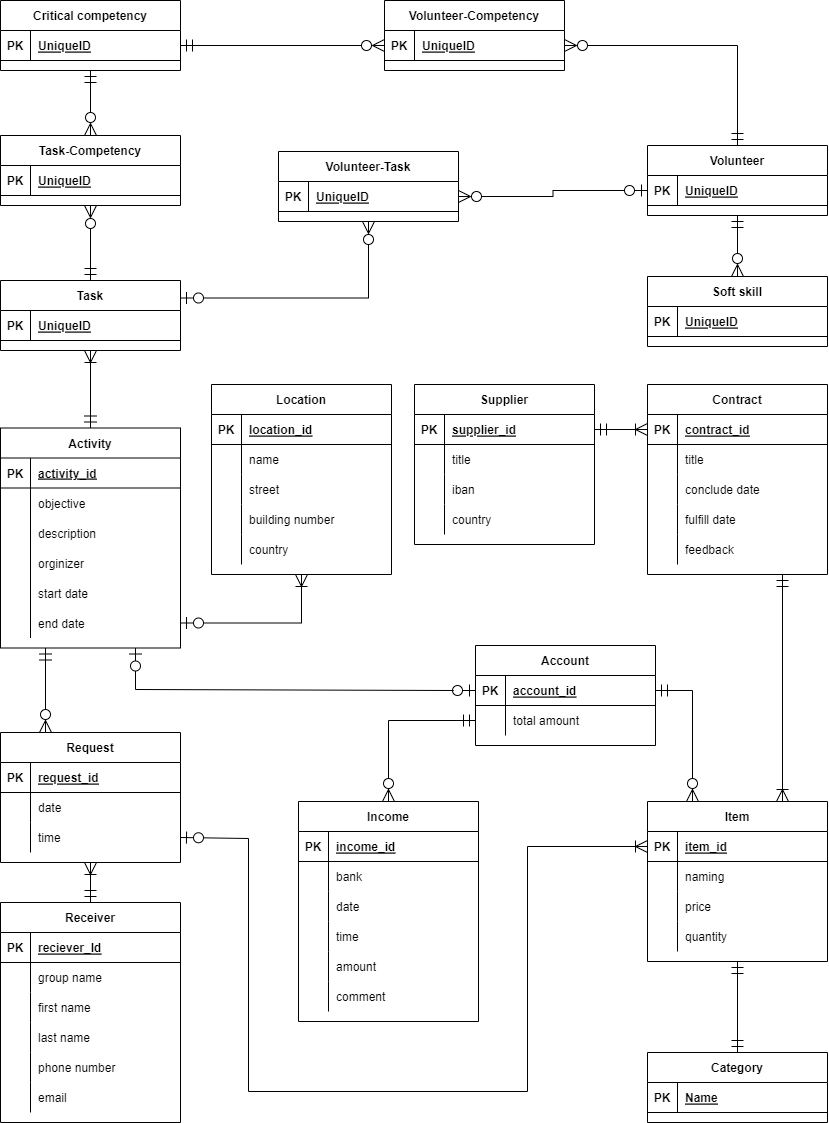
Earlier version of the draw.io export ERD 2.0.png (C4ptainHook/Database-Coursework). Source tidied: cells renumbered, new cells last; positions are measured from the earlier drawing's top-left corner, leaving out a move shared by most shapes.
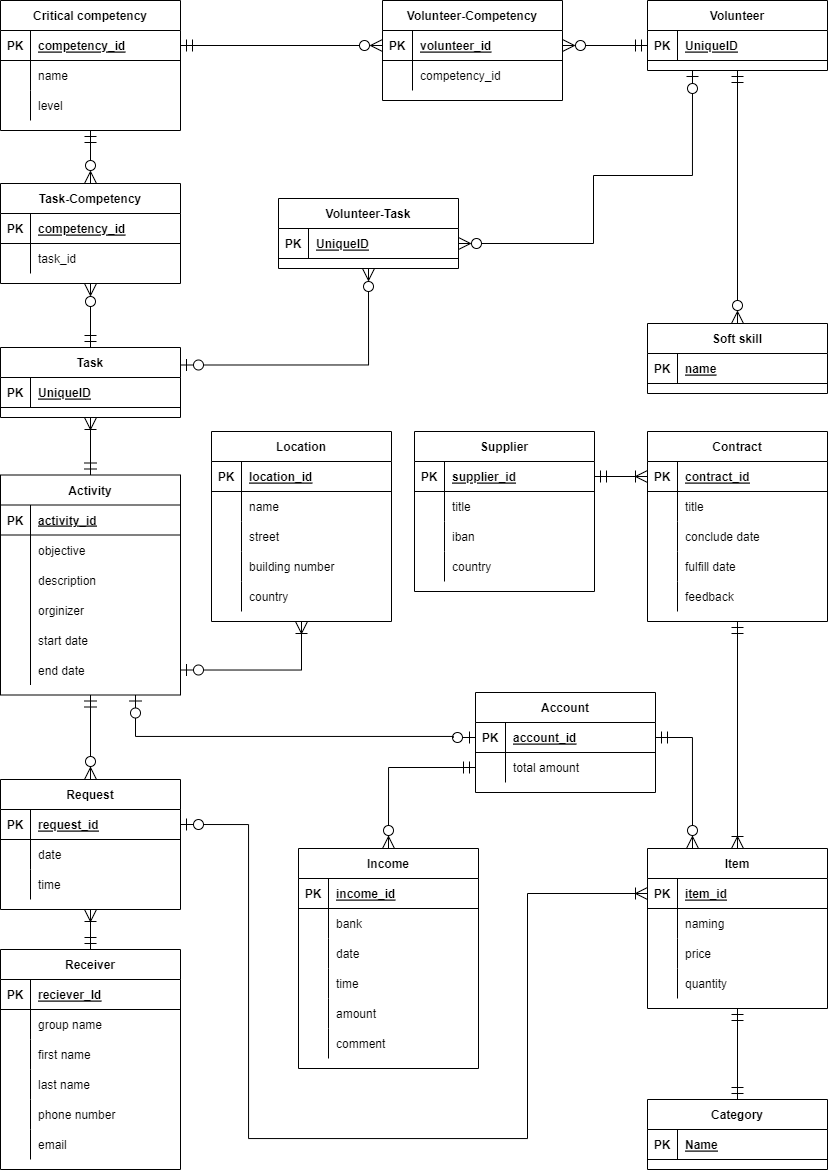
The same diagram one commit later.

Change to the diagram source:
```diff
@@ -264,7 +264,7 @@
       <mxGeometry relative="1" as="geometry" />
     </mxCell>
     <mxCell id="89" value="Task" style="shape=table;startSize=30;rowLines=0;fontStyle=1;align=center;" parent="1" vertex="1">
-      <mxGeometry y="280" width="180" height="70" as="geometry" />
+      <mxGeometry y="300" width="180" height="70" as="geometry" />
     </mxCell>
     <mxCell id="90" style="shape=tableRow;horizontal=0;startSize=0;swimlaneHead=0;swimlaneBody=0;fillColor=none;top=0;left=0;right=0;bottom=1;" parent="89" vertex="1">
       <mxGeometry y="30" width="180" height="30" as="geometry" />
@@ -300,7 +300,7 @@
       <mxGeometry relative="1" as="geometry" />
     </mxCell>
     <mxCell id="101" value="Volunteer" style="shape=table;startSize=30;rowLines=0;fontStyle=1;align=center;" parent="1" vertex="1">
-      <mxGeometry x="647" y="145" width="180" height="70" as="geometry" />
+      <mxGeometry x="647" y="-47" width="180" height="70" as="geometry" />
     </mxCell>
     <mxCell id="102" style="shape=tableRow;horizontal=0;startSize=0;swimlaneHead=0;swimlaneBody=0;fillColor=none;points=[[0,0.5],[1,0.5]];portConstraint=eastwest;top=0;left=0;right=0;bottom=1;" parent="101" vertex="1">
       <mxGeometry y="30" width="180" height="30" as="geometry" />
@@ -320,11 +320,11 @@
     <mxCell id="107" value="PK" style="shape=partialRectangle;fillColor=none;top=0;left=0;bottom=0;right=0;fontStyle=1;overflow=hidden;" parent="106" vertex="1">
       <mxGeometry width="30" height="30" as="geometry" />
     </mxCell>
-    <mxCell id="108" value="UniqueID" style="shape=partialRectangle;fillColor=none;top=0;left=0;bottom=0;right=0;align=left;spacingLeft=6;fontStyle=5;overflow=hidden;" parent="106" vertex="1">
+    <mxCell id="108" value="name" style="shape=partialRectangle;fillColor=none;top=0;left=0;bottom=0;right=0;align=left;spacingLeft=6;fontStyle=5;overflow=hidden;" parent="106" vertex="1">
       <mxGeometry x="30" width="150" height="30" as="geometry" />
     </mxCell>
     <mxCell id="109" value="Critical competency" style="shape=table;startSize=30;rowLines=0;fontStyle=1;align=center;" parent="1" vertex="1">
-      <mxGeometry width="180" height="70" as="geometry" />
+      <mxGeometry y="-47" width="180" height="130" as="geometry" />
     </mxCell>
     <mxCell id="110" style="shape=tableRow;horizontal=0;startSize=0;swimlaneHead=0;swimlaneBody=0;fillColor=none;points=[[0,0.5],[1,0.5]];portConstraint=eastwest;top=0;left=0;right=0;bottom=1;" parent="109" vertex="1">
       <mxGeometry y="30" width="180" height="30" as="geometry" />
@@ -332,9 +332,27 @@
     <mxCell id="111" value="PK" style="shape=partialRectangle;fillColor=none;top=0;left=0;bottom=0;right=0;fontStyle=1;overflow=hidden;" parent="110" vertex="1">
       <mxGeometry width="30" height="30" as="geometry" />
     </mxCell>
-    <mxCell id="112" value="UniqueID" style="shape=partialRectangle;fillColor=none;top=0;left=0;bottom=0;right=0;align=left;spacingLeft=6;fontStyle=5;overflow=hidden;" parent="110" vertex="1">
+    <mxCell id="112" value="competency_id" style="shape=partialRectangle;fillColor=none;top=0;left=0;bottom=0;right=0;align=left;spacingLeft=6;fontStyle=5;overflow=hidden;" parent="110" vertex="1">
       <mxGeometry x="30" width="150" height="30" as="geometry" />
     </mxCell>
+    <mxCell id="184" style="shape=tableRow;horizontal=0;startSize=0;swimlaneHead=0;swimlaneBody=0;fillColor=none;top=0;left=0;right=0;bottom=0;" parent="109" vertex="1">
+      <mxGeometry y="60" width="180" height="30" as="geometry" />
+    </mxCell>
+    <mxCell id="185" style="shape=partialRectangle;fillColor=none;top=0;left=0;bottom=0;right=0;overflow=hidden;" parent="184" vertex="1">
+      <mxGeometry width="30" height="30" as="geometry" />
+    </mxCell>
+    <mxCell id="186" value="name" style="shape=partialRectangle;fillColor=none;top=0;left=0;bottom=0;right=0;align=left;spacingLeft=6;overflow=hidden;" parent="184" vertex="1">
+      <mxGeometry x="30" width="150" height="30" as="geometry" />
+    </mxCell>
+    <mxCell id="187" style="shape=tableRow;horizontal=0;startSize=0;swimlaneHead=0;swimlaneBody=0;fillColor=none;top=0;left=0;right=0;bottom=0;" parent="109" vertex="1">
+      <mxGeometry y="90" width="180" height="30" as="geometry" />
+    </mxCell>
+    <mxCell id="188" style="shape=partialRectangle;fillColor=none;top=0;left=0;bottom=0;right=0;overflow=hidden;" parent="187" vertex="1">
+      <mxGeometry width="30" height="30" as="geometry" />
+    </mxCell>
+    <mxCell id="189" value="level" style="shape=partialRectangle;fillColor=none;top=0;left=0;bottom=0;right=0;align=left;spacingLeft=6;overflow=hidden;" parent="187" vertex="1">
+      <mxGeometry x="30" width="150" height="30" as="geometry" />
+    </mxCell>
     <mxCell id="113" style="edgeStyle=orthogonalEdgeStyle;rounded=0;jettySize=auto;html=1;endArrow=ERoneToMany;endFill=0;startArrow=ERmandOne;startFill=0;endSize=10;startSize=10;exitX=0.5;exitY=0;exitDx=0;exitDy=0;entryX=0.5;entryY=1;entryDx=0;entryDy=0;" parent="1" edge="1" source="31" target="89">
       <mxGeometry relative="1" as="geometry" />
     </mxCell>
@@ -386,7 +404,7 @@
     <mxCell id="129" style="fontSize=12;html=1;endArrow=ERoneToMany;startArrow=ERmandOne;rounded=0;startSize=10;endSize=10;exitX=0.5;exitY=0;exitDx=0;exitDy=0;entryX=0.5;entryY=1;entryDx=0;entryDy=0;endFill=0;" parent="1" edge="1" source="50" target="119">
       <mxGeometry relative="1" as="geometry" />
     </mxCell>
-    <mxCell id="130" style="fontSize=12;html=1;endArrow=ERzeroToMany;startArrow=ERmandOne;rounded=0;exitX=0.25;exitY=1;exitDx=0;exitDy=0;endSize=10;startSize=10;elbow=vertical;entryX=0.25;entryY=0;entryDx=0;entryDy=0;edgeStyle=orthogonalEdgeStyle;" parent="1" edge="1" source="31" target="119">
+    <mxCell id="130" style="fontSize=12;html=1;endArrow=ERzeroToMany;startArrow=ERmandOne;rounded=0;endSize=10;startSize=10;elbow=vertical;entryX=0.5;entryY=0;entryDx=0;entryDy=0;edgeStyle=orthogonalEdgeStyle;exitX=0.5;exitY=1;exitDx=0;exitDy=0;" parent="1" edge="1" source="31" target="119">
       <mxGeometry relative="1" as="geometry" />
     </mxCell>
     <mxCell id="131" style="edgeStyle=orthogonalEdgeStyle;fontSize=12;html=1;endArrow=ERzeroToMany;startArrow=ERmandOne;rounded=0;entryX=0.5;entryY=0;entryDx=0;entryDy=0;exitX=0;exitY=0.5;exitDx=0;exitDy=0;endSize=10;startSize=10;" parent="1" edge="1" source="97" target="69">
@@ -445,11 +463,10 @@
     <mxCell id="147" value="quantity" style="shape=partialRectangle;fillColor=none;top=0;left=0;bottom=0;right=0;align=left;spacingLeft=6;overflow=hidden;" parent="145" vertex="1">
       <mxGeometry x="30" width="150" height="30" as="geometry" />
     </mxCell>
-    <mxCell id="148" style="fontSize=12;html=1;endArrow=ERoneToMany;startArrow=ERzeroToOne;rounded=0;startSize=10;endSize=10;exitX=1;exitY=0.5;exitDx=0;exitDy=0;entryX=0;entryY=0.5;entryDx=0;entryDy=0;endFill=0;edgeStyle=orthogonalEdgeStyle;startFill=0;" parent="1" edge="1" source="126" target="136">
+    <mxCell id="148" style="fontSize=12;html=1;endArrow=ERoneToMany;startArrow=ERzeroToOne;rounded=0;startSize=10;endSize=10;exitX=1;exitY=0.5;exitDx=0;exitDy=0;entryX=0;entryY=0.5;entryDx=0;entryDy=0;endFill=0;edgeStyle=orthogonalEdgeStyle;startFill=0;" parent="1" edge="1" source="120" target="136">
       <mxGeometry relative="1" as="geometry">
         <Array as="points">
-          <mxPoint x="180" y="838" />
-          <mxPoint x="248" y="838" />
+          <mxPoint x="248" y="777" />
           <mxPoint x="248" y="1091" />
           <mxPoint x="527" y="1091" />
           <mxPoint x="527" y="846" />
@@ -460,7 +477,7 @@
       <mxGeometry relative="1" as="geometry" />
     </mxCell>
     <mxCell id="150" value="Task-Competency" style="shape=table;startSize=30;rowLines=0;fontStyle=1;align=center;" parent="1" vertex="1">
-      <mxGeometry y="135" width="180" height="70" as="geometry" />
+      <mxGeometry y="136" width="180" height="100" as="geometry" />
     </mxCell>
     <mxCell id="151" style="shape=tableRow;horizontal=0;startSize=0;swimlaneHead=0;swimlaneBody=0;fillColor=none;top=0;left=0;right=0;bottom=1;" parent="150" vertex="1">
       <mxGeometry y="30" width="180" height="30" as="geometry" />
@@ -468,17 +485,32 @@
     <mxCell id="152" value="PK" style="shape=partialRectangle;fillColor=none;top=0;left=0;bottom=0;right=0;fontStyle=1;overflow=hidden;" parent="151" vertex="1">
       <mxGeometry width="30" height="30" as="geometry" />
     </mxCell>
-    <mxCell id="153" value="UniqueID" style="shape=partialRectangle;fillColor=none;top=0;left=0;bottom=0;right=0;align=left;spacingLeft=6;fontStyle=5;overflow=hidden;" parent="151" vertex="1">
+    <mxCell id="153" value="competency_id" style="shape=partialRectangle;fillColor=none;top=0;left=0;bottom=0;right=0;align=left;spacingLeft=6;fontStyle=5;overflow=hidden;" parent="151" vertex="1">
       <mxGeometry x="30" width="150" height="30" as="geometry" />
     </mxCell>
+    <mxCell id="190" style="shape=tableRow;horizontal=0;startSize=0;swimlaneHead=0;swimlaneBody=0;fillColor=none;top=0;left=0;right=0;bottom=0;" parent="150" vertex="1">
+      <mxGeometry y="60" width="180" height="30" as="geometry" />
+    </mxCell>
+    <mxCell id="191" style="shape=partialRectangle;fillColor=none;top=0;left=0;bottom=0;right=0;overflow=hidden;" parent="190" vertex="1">
+      <mxGeometry width="30" height="30" as="geometry" />
+    </mxCell>
+    <mxCell id="192" value="task_id" style="shape=partialRectangle;fillColor=none;top=0;left=0;bottom=0;right=0;align=left;spacingLeft=6;overflow=hidden;" parent="190" vertex="1">
+      <mxGeometry x="30" width="150" height="30" as="geometry" />
+    </mxCell>
-    <mxCell id="154" style="edgeStyle=orthogonalEdgeStyle;rounded=0;jettySize=auto;html=1;exitX=0;exitY=0.5;exitDx=0;exitDy=0;startArrow=ERzeroToOne;startFill=0;endArrow=ERzeroToMany;endFill=0;startSize=10;endSize=10;" parent="1" edge="1" source="102" target="115">
-      <mxGeometry relative="1" as="geometry" />
+    <mxCell id="154" style="edgeStyle=orthogonalEdgeStyle;rounded=0;jettySize=auto;html=1;exitX=0.25;exitY=1;exitDx=0;exitDy=0;startArrow=ERzeroToOne;startFill=0;endArrow=ERzeroToMany;endFill=0;startSize=10;endSize=10;" parent="1" edge="1" source="101" target="115">
+      <mxGeometry relative="1" as="geometry">
+        <Array as="points">
+          <mxPoint x="692" y="128" />
+          <mxPoint x="593" y="128" />
+          <mxPoint x="593" y="196" />
+        </Array>
+      </mxGeometry>
     </mxCell>
     <mxCell id="155" style="edgeStyle=orthogonalEdgeStyle;rounded=0;jettySize=auto;html=1;exitX=0.5;exitY=1;exitDx=0;exitDy=0;entryX=0.5;entryY=0;entryDx=0;entryDy=0;startArrow=ERmandOne;startFill=0;endArrow=ERzeroToMany;endFill=0;startSize=10;endSize=10;" parent="1" edge="1" source="109" target="150">
       <mxGeometry relative="1" as="geometry" />
     </mxCell>
     <mxCell id="156" value="Volunteer-Competency" style="shape=table;startSize=30;rowLines=0;fontStyle=1;align=center;" parent="1" vertex="1">
-      <mxGeometry x="384" width="180" height="70" as="geometry" />
+      <mxGeometry x="382" y="-47" width="180" height="100" as="geometry" />
     </mxCell>
     <mxCell id="157" style="shape=tableRow;horizontal=0;startSize=0;swimlaneHead=0;swimlaneBody=0;fillColor=none;points=[[0,0.5],[1,0.5]];portConstraint=eastwest;top=0;left=0;right=0;bottom=1;" parent="156" vertex="1">
       <mxGeometry y="30" width="180" height="30" as="geometry" />
@@ -486,13 +518,22 @@
     <mxCell id="158" value="PK" style="shape=partialRectangle;fillColor=none;top=0;left=0;bottom=0;right=0;fontStyle=1;overflow=hidden;" parent="157" vertex="1">
       <mxGeometry width="30" height="30" as="geometry" />
     </mxCell>
-    <mxCell id="159" value="UniqueID" style="shape=partialRectangle;fillColor=none;top=0;left=0;bottom=0;right=0;align=left;spacingLeft=6;fontStyle=5;overflow=hidden;" parent="157" vertex="1">
+    <mxCell id="159" value="volunteer_id" style="shape=partialRectangle;fillColor=none;top=0;left=0;bottom=0;right=0;align=left;spacingLeft=6;fontStyle=5;overflow=hidden;" parent="157" vertex="1">
       <mxGeometry x="30" width="150" height="30" as="geometry" />
     </mxCell>
+    <mxCell id="193" style="shape=tableRow;horizontal=0;startSize=0;swimlaneHead=0;swimlaneBody=0;fillColor=none;top=0;left=0;right=0;bottom=0;" parent="156" vertex="1">
+      <mxGeometry y="60" width="180" height="30" as="geometry" />
+    </mxCell>
+    <mxCell id="194" style="shape=partialRectangle;fillColor=none;top=0;left=0;bottom=0;right=0;overflow=hidden;" parent="193" vertex="1">
+      <mxGeometry width="30" height="30" as="geometry" />
+    </mxCell>
+    <mxCell id="195" value="competency_id" style="shape=partialRectangle;fillColor=none;top=0;left=0;bottom=0;right=0;align=left;spacingLeft=6;overflow=hidden;" parent="193" vertex="1">
+      <mxGeometry x="30" width="150" height="30" as="geometry" />
+    </mxCell>
     <mxCell id="160" style="edgeStyle=orthogonalEdgeStyle;rounded=0;jettySize=auto;html=1;exitX=1;exitY=0.5;exitDx=0;exitDy=0;entryX=0;entryY=0.5;entryDx=0;entryDy=0;startArrow=ERmandOne;startFill=0;endArrow=ERzeroToMany;endFill=0;startSize=10;endSize=10;" parent="1" edge="1" source="110" target="157">
       <mxGeometry relative="1" as="geometry" />
     </mxCell>
-    <mxCell id="161" style="edgeStyle=orthogonalEdgeStyle;rounded=0;jettySize=auto;html=1;exitX=0.5;exitY=0;exitDx=0;exitDy=0;startArrow=ERmandOne;startFill=0;endArrow=ERzeroToMany;endFill=0;startSize=10;endSize=10;entryX=1;entryY=0.5;entryDx=0;entryDy=0;" parent="1" edge="1" source="101" target="157">
+    <mxCell id="161" style="edgeStyle=orthogonalEdgeStyle;rounded=0;jettySize=auto;html=1;exitX=0;exitY=0.5;exitDx=0;exitDy=0;startArrow=ERmandOne;startFill=0;endArrow=ERzeroToMany;endFill=0;startSize=10;endSize=10;entryX=1;entryY=0.5;entryDx=0;entryDy=0;" parent="1" edge="1" source="102" target="157">
       <mxGeometry relative="1" as="geometry" />
     </mxCell>
     <mxCell id="162" value="Category" style="shape=table;startSize=30;rowLines=0;fontStyle=1;align=center;" parent="1" vertex="1">
@@ -507,7 +548,7 @@
     <mxCell id="165" value="Name" style="shape=partialRectangle;fillColor=none;top=0;left=0;bottom=0;right=0;align=left;spacingLeft=6;fontStyle=5;overflow=hidden;" parent="163" vertex="1">
       <mxGeometry x="30" width="150" height="30" as="geometry" />
     </mxCell>
-    <mxCell id="166" style="edgeStyle=orthogonalEdgeStyle;rounded=0;jettySize=auto;html=1;exitX=0.75;exitY=1;exitDx=0;exitDy=0;entryX=0.75;entryY=0;entryDx=0;entryDy=0;startArrow=ERmandOne;startFill=0;endArrow=ERoneToMany;endFill=0;startSize=10;endSize=10;" parent="1" edge="1" source="15" target="135">
+    <mxCell id="166" style="edgeStyle=orthogonalEdgeStyle;rounded=0;jettySize=auto;html=1;exitX=0.5;exitY=1;exitDx=0;exitDy=0;entryX=0.5;entryY=0;entryDx=0;entryDy=0;startArrow=ERmandOne;startFill=0;endArrow=ERoneToMany;endFill=0;startSize=10;endSize=10;" parent="1" edge="1" source="15" target="135">
       <mxGeometry relative="1" as="geometry" />
     </mxCell>
     <mxCell id="167" value="Location" style="shape=table;startSize=30;rowLines=0;fontStyle=1;align=center;" parent="1" vertex="1">
```
